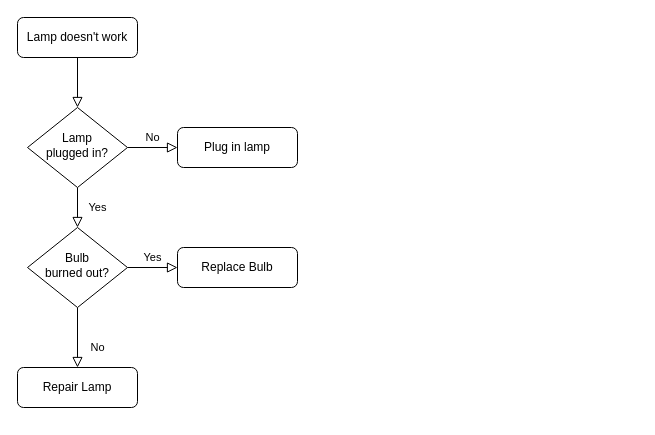
Earlier version of the draw.io diagram collection/Untitled Diagram.drawio (operationd8979/drawio). Source tidied: cells renumbered, new cells numbered last; positions are measured from the earlier drawing's top-left corner, leaving out a move shared by most shapes. Both pictures are drawn from the tidied source at 100%, with x=0, y=0 at pixel (17, 17).
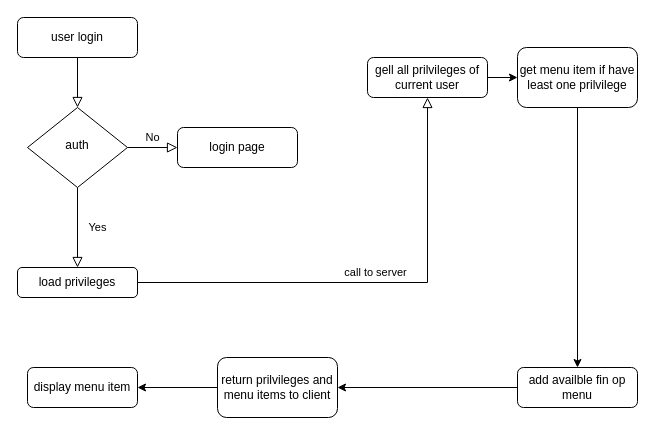
Above is the later version.

The edit, as a diff of the source:
```diff
@@
 <mxGraphModel>
   <root>
     <mxCell id="0" />
     <mxCell id="1" parent="0" />
     <mxCell id="2" style="rounded=0;html=1;jettySize=auto;fontSize=11;endArrow=block;endFill=0;endSize=8;strokeWidth=1;shadow=0;labelBackgroundColor=none;edgeStyle=orthogonalEdgeStyle;" parent="1" edge="1" source="3" target="6">
       <mxGeometry relative="1" as="geometry" />
     </mxCell>
-    <mxCell id="3" value="Lamp doesn't work" style="rounded=1;whiteSpace=wrap;html=1;fontSize=12;glass=0;strokeWidth=1;shadow=0;" parent="1" vertex="1">
+    <mxCell id="3" value="user login" style="rounded=1;whiteSpace=wrap;html=1;fontSize=12;glass=0;strokeWidth=1;shadow=0;" parent="1" vertex="1">
       <mxGeometry width="120" height="40" as="geometry" />
     </mxCell>
-    <mxCell id="4" value="Yes" style="rounded=0;html=1;jettySize=auto;fontSize=11;endArrow=block;endFill=0;endSize=8;strokeWidth=1;shadow=0;labelBackgroundColor=none;edgeStyle=orthogonalEdgeStyle;" parent="1" edge="1" source="6" target="10">
+    <mxCell id="4" value="Yes" style="rounded=0;html=1;jettySize=auto;fontSize=11;endArrow=block;endFill=0;endSize=8;strokeWidth=1;shadow=0;labelBackgroundColor=none;edgeStyle=orthogonalEdgeStyle;" parent="1" edge="1" source="6" target="13">
       <mxGeometry y="20" relative="1" as="geometry" />
     </mxCell>
     <mxCell id="5" value="No" style="edgeStyle=orthogonalEdgeStyle;rounded=0;html=1;jettySize=auto;fontSize=11;endArrow=block;endFill=0;endSize=8;strokeWidth=1;shadow=0;labelBackgroundColor=none;" parent="1" edge="1" source="6" target="7">
       <mxGeometry y="10" relative="1" as="geometry" />
     </mxCell>
-    <mxCell id="6" value="Lamp&lt;br&gt;plugged in?" style="rhombus;whiteSpace=wrap;html=1;shadow=0;fontFamily=Helvetica;fontSize=12;align=center;strokeWidth=1;spacing=6;spacingTop=-4;" parent="1" vertex="1">
+    <mxCell id="6" value="auth" style="rhombus;whiteSpace=wrap;html=1;shadow=0;fontFamily=Helvetica;fontSize=12;align=center;strokeWidth=1;spacing=6;spacingTop=-4;" parent="1" vertex="1">
       <mxGeometry x="10" y="90" width="100" height="80" as="geometry" />
     </mxCell>
-    <mxCell id="7" value="Plug in lamp" style="rounded=1;whiteSpace=wrap;html=1;fontSize=12;glass=0;strokeWidth=1;shadow=0;" parent="1" vertex="1">
+    <mxCell id="7" value="login page" style="rounded=1;whiteSpace=wrap;html=1;fontSize=12;glass=0;strokeWidth=1;shadow=0;" parent="1" vertex="1">
       <mxGeometry x="160" y="110" width="120" height="40" as="geometry" />
     </mxCell>
-    <mxCell id="8" value="No" style="rounded=0;html=1;jettySize=auto;fontSize=11;endArrow=block;endFill=0;endSize=8;strokeWidth=1;shadow=0;labelBackgroundColor=none;edgeStyle=orthogonalEdgeStyle;" parent="1" edge="1" source="10" target="11">
-      <mxGeometry x="0.33" y="20" relative="1" as="geometry" />
-    </mxCell>
-    <mxCell id="9" value="Yes" style="edgeStyle=orthogonalEdgeStyle;rounded=0;html=1;jettySize=auto;fontSize=11;endArrow=block;endFill=0;endSize=8;strokeWidth=1;shadow=0;labelBackgroundColor=none;" parent="1" edge="1" source="10" target="12">
+    <mxCell id="9" value="call to server" style="edgeStyle=orthogonalEdgeStyle;rounded=0;html=1;jettySize=auto;fontSize=11;endArrow=block;endFill=0;endSize=8;strokeWidth=1;shadow=0;labelBackgroundColor=none;exitX=1;exitY=0.5;exitDx=0;exitDy=0;" parent="1" edge="1" source="13" target="12">
       <mxGeometry y="10" relative="1" as="geometry" />
     </mxCell>
-    <mxCell id="10" value="Bulb&lt;br&gt;burned out?" style="rhombus;whiteSpace=wrap;html=1;shadow=0;fontFamily=Helvetica;fontSize=12;align=center;strokeWidth=1;spacing=6;spacingTop=-4;" parent="1" vertex="1">
-      <mxGeometry x="10" y="210" width="100" height="80" as="geometry" />
-    </mxCell>
-    <mxCell id="11" value="Repair Lamp" style="rounded=1;whiteSpace=wrap;html=1;fontSize=12;glass=0;strokeWidth=1;shadow=0;" parent="1" vertex="1">
-      <mxGeometry y="350" width="120" height="40" as="geometry" />
-    </mxCell>
-    <mxCell id="12" value="Replace Bulb" style="rounded=1;whiteSpace=wrap;html=1;fontSize=12;glass=0;strokeWidth=1;shadow=0;" parent="1" vertex="1">
-      <mxGeometry x="160" y="230" width="120" height="40" as="geometry" />
+    <mxCell id="12" value="gell all prilvileges of current user" style="rounded=1;whiteSpace=wrap;html=1;fontSize=12;glass=0;strokeWidth=1;shadow=0;" parent="1" vertex="1">
+      <mxGeometry x="350" y="40" width="120" height="40" as="geometry" />
     </mxCell>
+    <mxCell id="13" value="load privileges" style="rounded=1;whiteSpace=wrap;html=1;" parent="1" vertex="1">
+      <mxGeometry y="250" width="120" height="30" as="geometry" />
+    </mxCell>
+    <mxCell id="14" value="get menu item if have least one prilvilege" style="rounded=1;whiteSpace=wrap;html=1;" parent="1" vertex="1">
+      <mxGeometry x="500" y="30" width="120" height="60" as="geometry" />
+    </mxCell>
+    <mxCell id="15" style="endArrow=classic;html=1;rounded=0;exitX=1;exitY=0.5;exitDx=0;exitDy=0;" parent="1" edge="1" source="12" target="14">
+      <mxGeometry relative="1" as="geometry" />
+    </mxCell>
+    <mxCell id="16" value="add availble fin op menu" style="rounded=1;whiteSpace=wrap;html=1;" parent="1" vertex="1">
+      <mxGeometry x="500" y="350" width="120" height="40" as="geometry" />
+    </mxCell>
+    <mxCell id="17" style="endArrow=classic;html=1;rounded=0;exitX=0.5;exitY=1;exitDx=0;exitDy=0;entryX=0.5;entryY=0;entryDx=0;entryDy=0;" parent="1" edge="1" source="14" target="16">
+      <mxGeometry relative="1" as="geometry" />
+    </mxCell>
+    <mxCell id="18" value="return prilvileges and menu items to client" style="rounded=1;whiteSpace=wrap;html=1;" parent="1" vertex="1">
+      <mxGeometry x="200" y="340" width="120" height="60" as="geometry" />
+    </mxCell>
+    <mxCell id="19" style="endArrow=classic;html=1;rounded=0;exitX=0;exitY=0.5;exitDx=0;exitDy=0;entryX=1;entryY=0.5;entryDx=0;entryDy=0;" parent="1" edge="1" source="16" target="18">
+      <mxGeometry relative="1" as="geometry" />
+    </mxCell>
+    <mxCell id="20" value="display menu item" style="rounded=1;whiteSpace=wrap;html=1;" parent="1" vertex="1">
+      <mxGeometry x="10" y="350" width="110" height="40" as="geometry" />
+    </mxCell>
+    <mxCell id="21" style="endArrow=classic;html=1;rounded=0;exitX=0;exitY=0.5;exitDx=0;exitDy=0;entryX=1;entryY=0.5;entryDx=0;entryDy=0;" parent="1" edge="1" source="18" target="20">
+      <mxGeometry relative="1" as="geometry" />
+    </mxCell>
   </root>
 </mxGraphModel>
```
